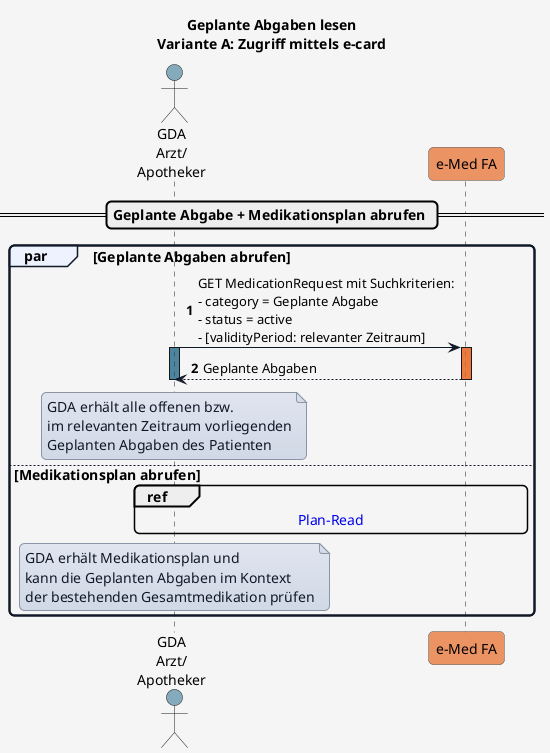
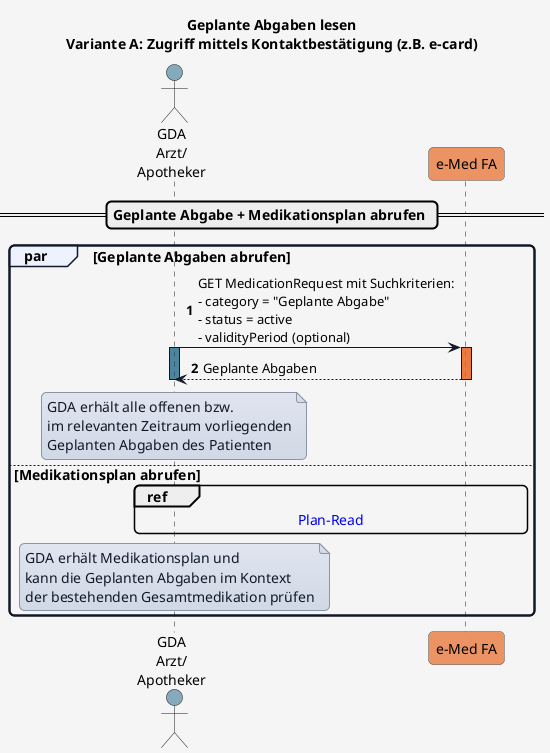
@startuml

- title Geplante Abgaben lesen\nVariante A: Zugriff mittels e-card
+ title Geplante Abgaben lesen\nVariante A: Zugriff mittels Kontaktbestätigung (z.B. e-card)

'skinparam actorStyle awesome

skinparam borderColor #000000
skinparam backgroundColor #f5f5f5
skinparam shadowing false
skinparam roundCorner 10
skinparam defaultFontName "Arial"
skinparam defaultFontSize 14
skinparam defaultFontColor #000000
skinparam HyperlinkColor #0000EE
skinparam HyperlinkUnderline false
skinparam BoxPadding 20
skinparam BoxBorderColor #555555

skinparam note {
  BackgroundColor #e0e5f0-#d1d9e6
  BorderColor #8b95a5
  BorderThickness 1
  RoundCorner 0
  Padding 6
  FontColor #111827
  Shadowing false
}

skinparam sequence {
  ParticipantBorderColor #555555
  ParticipantFontColor #000000
  ParticipantFontSize 14
  ParticipantPadding 20
  ArrowColor #111827
  ArrowThickness 1
  ArrowFontColor #000000
  ArrowFontSize 13
  GroupBorderColor #111827
  GroupBackgroundColor #eef2ff
  GroupBorderThickness 2
}

!define COLOR_GDA_1    #15608280
!define COLOR_GDA_2    #96607D80
!define COLOR_PATIENT  #196B2480
!define COLOR_APO      #0F9ED590
!define COLOR_EMED_FA  #e97232bd
!define COLOR_E_REZEPT #cd3732a9

!define COLOR_OK       #0F9ED525
!define COLOR_ERROR    #E9713235

actor GDA_1 as "GDA\nArzt/\nApotheker" COLOR_GDA_1
participant eMed_FA as "e-Med FA" COLOR_EMED_FA
' participant e_Rezept as "e-Rezept" COLOR_E_REZEPT

autonumber

== Geplante Abgabe + Medikationsplan abrufen ==
'== e-Rezept, Geplante Abgabe + Medikationsplan abrufen ==

'par e-Rezept abrufen
  ' GDA_1 -> e_Rezept: e-Rezepte mit e-card abrufen
  ' activate GDA_1 COLOR_GDA_1
  ' activate e_Rezept COLOR_E_REZEPT
  ' e_Rezept --> GDA_1: e-Rezepte
  ' deactivate e_Rezept
' else

par Geplante Abgaben abrufen
-   GDA_1 -> eMed_FA: GET MedicationRequest mit Suchkriterien:\n- category = Geplante Abgabe\n- status = active\n- [validityPeriod: relevanter Zeitraum]
+   GDA_1 -> eMed_FA: GET MedicationRequest mit Suchkriterien:\n- category = "Geplante Abgabe"\n- status = active\n- validityPeriod (optional)
  activate GDA_1 COLOR_GDA_1
  activate eMed_FA COLOR_EMED_FA
  eMed_FA --> GDA_1: Geplante Abgaben
  deactivate eMed_FA
  note over GDA_1
  GDA erhält alle offenen bzw.
  im relevanten Zeitraum vorliegenden
  Geplanten Abgaben des Patienten
  end note

else Medikationsplan abrufen

  ref over GDA_1, eMed_FA : [[interactions.html#sequenzdiagramm-plan-read Plan-Read]]
  note over GDA_1
  GDA erhält Medikationsplan und
  kann die Geplanten Abgaben im Kontext
  der bestehenden Gesamtmedikation prüfen
  end note
  deactivate GDA_1
end

@enduml